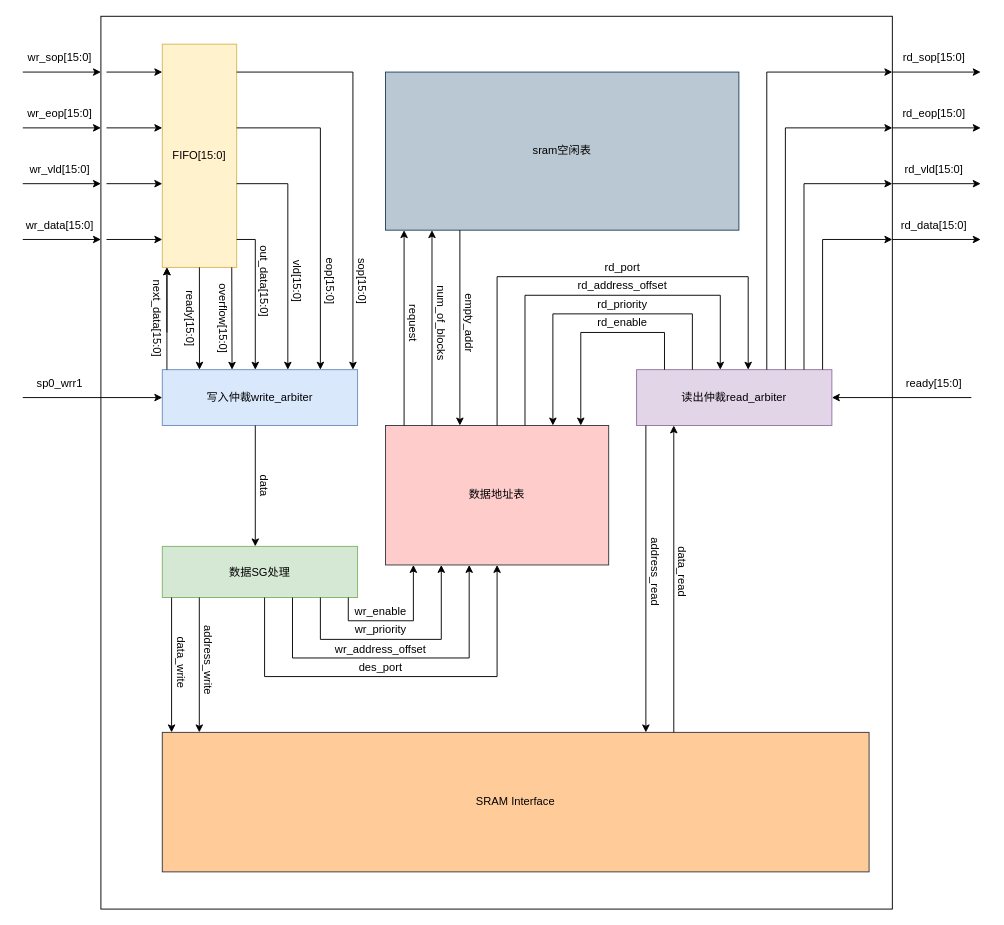
This is system_block.drawio from miilTgy/sram_ctl, a draw.io file, before an edit. Source tidied: cells renumbered, new cells numbered last; positions are measured from the earlier drawing's top-left corner, leaving out a move shared by most shapes. Both pictures are drawn from the tidied source at 93%, with x=0, y=0 at pixel (22, 16).
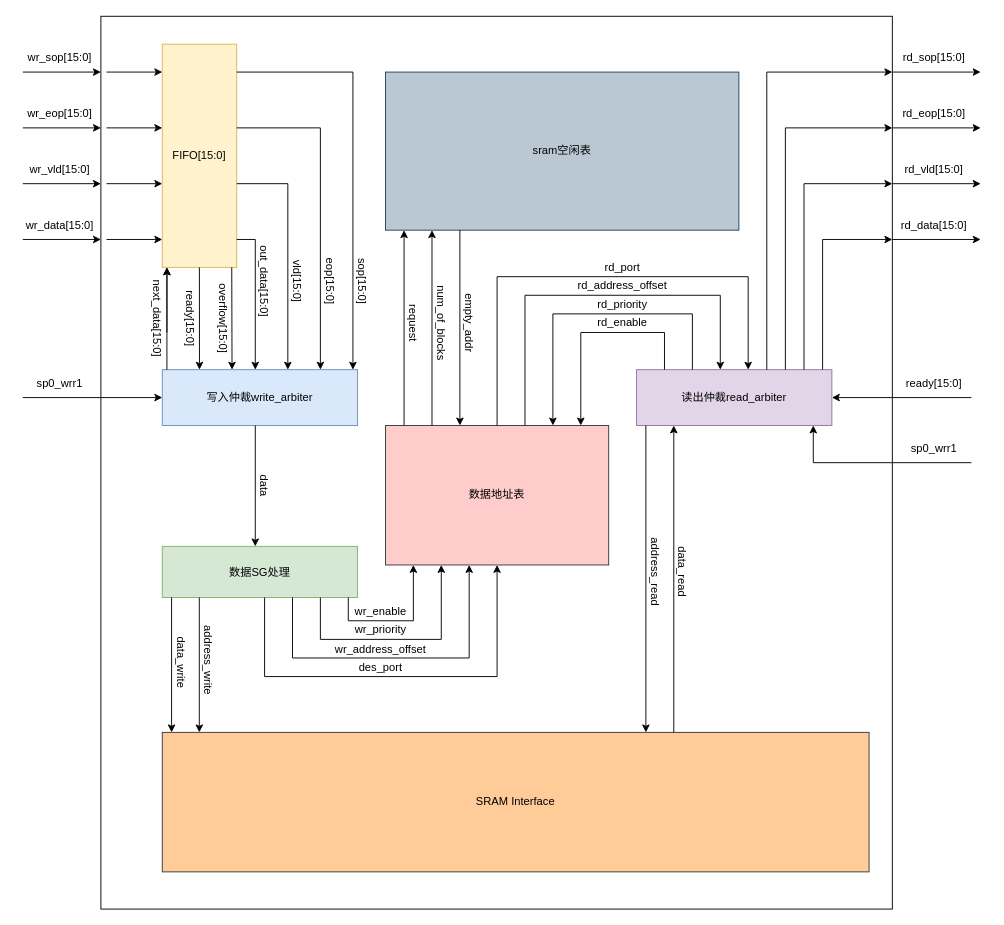
The same diagram, later.

Commit message (it also covers changes not shown here):
Modidied system_block.

The edit, as a diff of the source:
```diff
@@
+    <mxCell id="85" style="endArrow=classic;html=1;rounded=0;" parent="1" edge="1">
+      <mxGeometry relative="1" as="geometry">
+        <mxPoint x="1020" y="480" as="sourcePoint" />
+        <mxPoint x="850" y="440" as="targetPoint" />
+        <Array as="points">
+          <mxPoint x="850" y="480" />
+        </Array>
+      </mxGeometry>
+    </mxCell>
+    <mxCell id="86" value="sp0_wrr1" style="text;html=1;align=center;verticalAlign=middle;whiteSpace=wrap;rounded=0;" parent="1" vertex="1">
+      <mxGeometry x="950" y="450" width="60" height="30" as="geometry" />
+    </mxCell>
```
